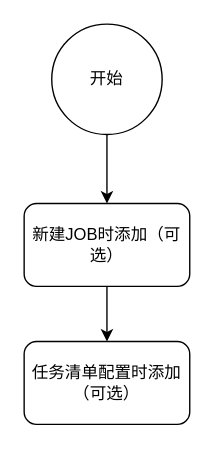
The draw.io diagram 简言执行人添加和修改流程.drawio in FrankKirin/PM_works, before the edit. Source tidied: cells renumbered, new cells numbered last; positions are measured from the earlier drawing's top-left corner, leaving out a move shared by most shapes. Both pictures are drawn from the tidied source at 138%, with x=0, y=0 at pixel (23, 23).
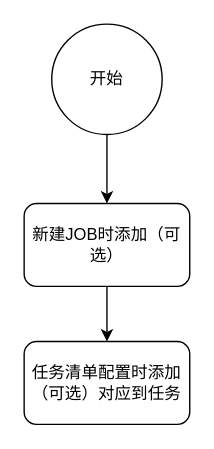
The same diagram, later.

Commit message:
Update 简言执行人添加和修改流程.drawio

Change to the diagram source:
```diff
@@
 <mxGraphModel>
   <root>
     <mxCell id="0" />
     <mxCell id="1" parent="0" />
     <mxCell id="2" style="edgeStyle=orthogonalEdgeStyle;rounded=0;jettySize=auto;html=1;exitX=0.5;exitY=1;exitDx=0;exitDy=0;entryX=0.5;entryY=0;entryDx=0;entryDy=0;" parent="1" edge="1" source="3" target="5">
       <mxGeometry relative="1" as="geometry" />
     </mxCell>
     <mxCell id="3" value="开始" style="ellipse;whiteSpace=wrap;html=1;" parent="1" vertex="1">
       <mxGeometry x="20" width="80" height="80" as="geometry" />
     </mxCell>
     <mxCell id="4" style="edgeStyle=orthogonalEdgeStyle;rounded=0;jettySize=auto;html=1;exitX=0.5;exitY=1;exitDx=0;exitDy=0;entryX=0.5;entryY=0;entryDx=0;entryDy=0;" parent="1" edge="1" source="5" target="6">
       <mxGeometry relative="1" as="geometry" />
     </mxCell>
     <mxCell id="5" value="新建JOB时添加（可选）" style="rounded=1;whiteSpace=wrap;html=1;" parent="1" vertex="1">
       <mxGeometry y="130" width="120" height="60" as="geometry" />
     </mxCell>
-    <mxCell id="6" value="任务清单配置时添加（可选）" style="rounded=1;whiteSpace=wrap;html=1;" parent="1" vertex="1">
+    <mxCell id="6" value="任务清单配置时添加（可选）对应到任务" style="rounded=1;whiteSpace=wrap;html=1;" parent="1" vertex="1">
       <mxGeometry y="230" width="120" height="60" as="geometry" />
     </mxCell>
   </root>
 </mxGraphModel>
```
